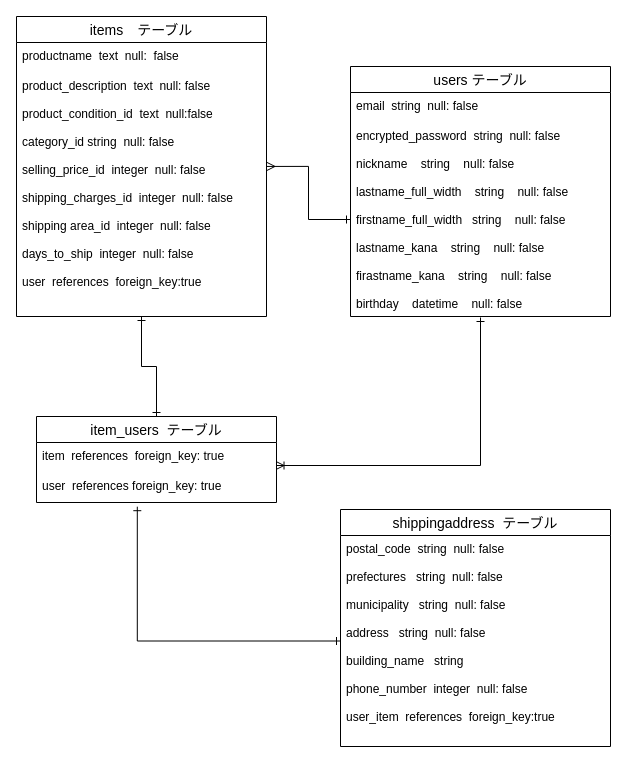
The draw.io diagram test.dio in hitosi0317/furima-32880, before the edit. Source tidied: cells renumbered, new cells numbered last; positions are measured from the earlier drawing's top-left corner, leaving out a move shared by most shapes. Both pictures are drawn from the tidied source at 100%, with x=0, y=0 at pixel (16, 16).
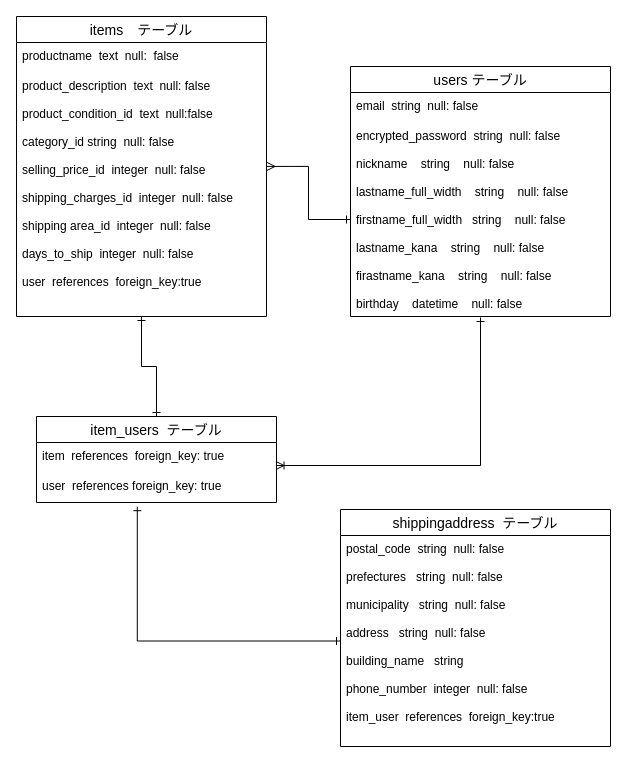
The same diagram, later.

Commit message (it also covers changes not shown here):
データベースの修正４

Diff of the diagram source:
```diff
@@
-    <mxCell id="18" value="postal_code  string  null: false  &#10;&#10;prefectures   string  null: false&#10;&#10;municipality   string  null: false&#10;&#10;address   string  null: false&#10;&#10;building_name   string  &#10;&#10;phone_number  integer  null: false&#10;&#10;user_item  references  foreign_key:true&#10;" style="text;strokeColor=none;fillColor=none;spacingLeft=4;spacingRight=4;overflow=hidden;points=[[0,0.5],[1,0.5]];portConstraint=eastwest;fontSize=12;" parent="1" vertex="1">
+    <mxCell id="18" value="postal_code  string  null: false  &#10;&#10;prefectures   string  null: false&#10;&#10;municipality   string  null: false&#10;&#10;address   string  null: false&#10;&#10;building_name   string  &#10;&#10;phone_number  integer  null: false&#10;&#10;item_user  references  foreign_key:true&#10;" style="text;strokeColor=none;fillColor=none;spacingLeft=4;spacingRight=4;overflow=hidden;points=[[0,0.5],[1,0.5]];portConstraint=eastwest;fontSize=12;" parent="1" vertex="1">
       <mxGeometry x="324" y="519" width="270" height="211" as="geometry" />
     </mxCell>
```
